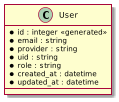
This is doc/compliance/rendered/apps/data.logical.png from HHS/nih-oite-website, a PlantUML export, as it was before one commit. The source it was exported from:
```plantuml
@startuml
scale 0.65

skinparam linetype ortho

class User {
  * id : integer <<generated>>
  * email : string
  * provider : string
  * uid : string
  * role : string
  * created_at : datetime
  * updated_at : datetime
}
@enduml
```
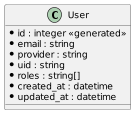
After the change.

Commit message:
Update data model diagram for multiple roles

What changed in the source:
```diff
@@ -8,7 +8,7 @@
   * email : string
   * provider : string
   * uid : string
-  * role : string
+  * roles : string[]
   * created_at : datetime
   * updated_at : datetime
 }
```
